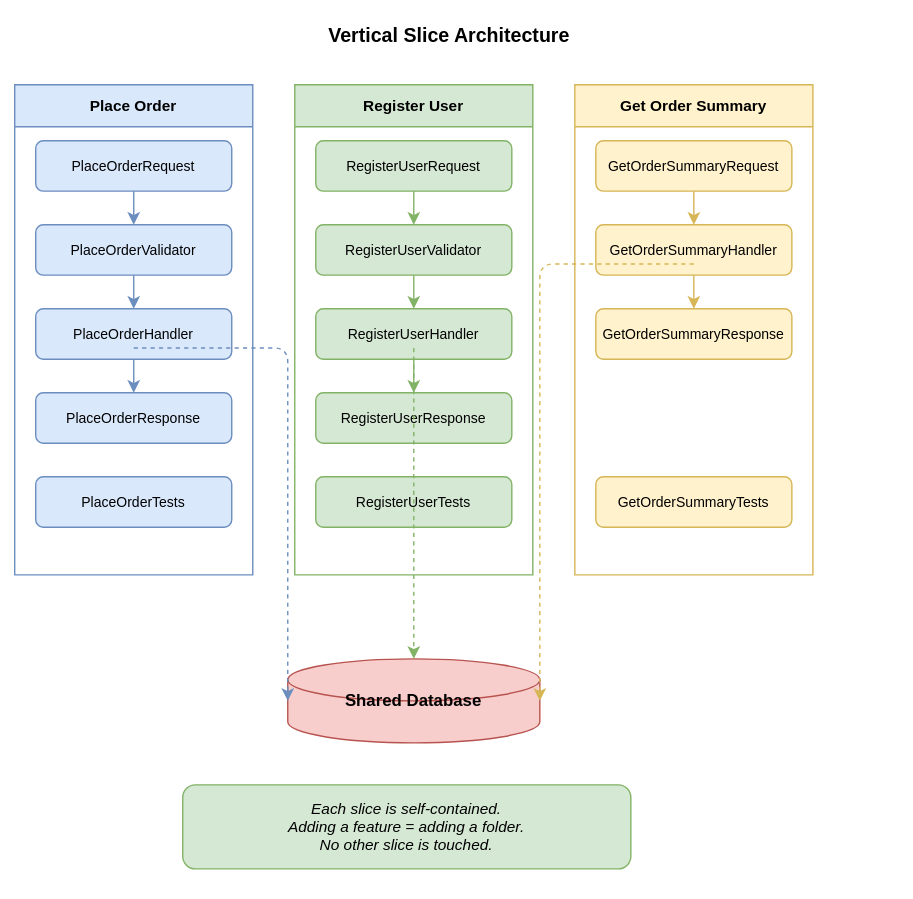
This is Software Engineering/Application Architecture/diagrams/02-vertical-slice-architecture.svg from leandrob13/second-brain, a draw.io export, as it was before one commit. Source tidied: cells renumbered, new cells last; positions are measured from the earlier drawing's top-left corner, leaving out a move shared by most shapes. The source it was exported from:
```xml
<mxGraphModel>
  <root>
    <mxCell id="0" />
    <mxCell id="1" parent="0" />
    <mxCell id="2" value="Vertical Slice Architecture" style="text;html=1;fontStyle=1;fontSize=14;align=center;" parent="1" vertex="1">
      <mxGeometry width="620" height="30" as="geometry" />
    </mxCell>
    <mxCell id="3" value="Place Order" style="swimlane;startSize=30;fillColor=#dae8fc;strokeColor=#6c8ebf;fontStyle=1;fontSize=11;" parent="1" vertex="1">
      <mxGeometry y="50" width="170" height="350" as="geometry" />
    </mxCell>
    <mxCell id="4" value="PlaceOrderRequest" style="rounded=1;whiteSpace=wrap;fillColor=#dae8fc;strokeColor=#6c8ebf;fontSize=10;" parent="3" vertex="1">
      <mxGeometry x="15" y="40" width="140" height="36" as="geometry" />
    </mxCell>
    <mxCell id="5" value="PlaceOrderValidator" style="rounded=1;whiteSpace=wrap;fillColor=#dae8fc;strokeColor=#6c8ebf;fontSize=10;" parent="3" vertex="1">
      <mxGeometry x="15" y="100" width="140" height="36" as="geometry" />
    </mxCell>
    <mxCell id="6" value="PlaceOrderHandler" style="rounded=1;whiteSpace=wrap;fillColor=#dae8fc;strokeColor=#6c8ebf;fontSize=10;" parent="3" vertex="1">
      <mxGeometry x="15" y="160" width="140" height="36" as="geometry" />
    </mxCell>
    <mxCell id="7" value="PlaceOrderResponse" style="rounded=1;whiteSpace=wrap;fillColor=#dae8fc;strokeColor=#6c8ebf;fontSize=10;" parent="3" vertex="1">
      <mxGeometry x="15" y="220" width="140" height="36" as="geometry" />
    </mxCell>
    <mxCell id="8" value="PlaceOrderTests" style="rounded=1;whiteSpace=wrap;fillColor=#dae8fc;strokeColor=#6c8ebf;fontSize=10;" parent="3" vertex="1">
      <mxGeometry x="15" y="280" width="140" height="36" as="geometry" />
    </mxCell>
    <mxCell id="9" style="edgeStyle=orthogonalEdgeStyle;strokeColor=#6c8ebf;" parent="3" edge="1" source="4" target="5">
      <mxGeometry relative="1" as="geometry" />
    </mxCell>
    <mxCell id="10" style="edgeStyle=orthogonalEdgeStyle;strokeColor=#6c8ebf;" parent="3" edge="1" source="5" target="6">
      <mxGeometry relative="1" as="geometry" />
    </mxCell>
    <mxCell id="11" style="edgeStyle=orthogonalEdgeStyle;strokeColor=#6c8ebf;" parent="3" edge="1" source="6" target="7">
      <mxGeometry relative="1" as="geometry" />
    </mxCell>
    <mxCell id="12" value="Register User" style="swimlane;startSize=30;fillColor=#d5e8d4;strokeColor=#82b366;fontStyle=1;fontSize=11;" parent="1" vertex="1">
      <mxGeometry x="200" y="50" width="170" height="350" as="geometry" />
    </mxCell>
    <mxCell id="13" value="RegisterUserRequest" style="rounded=1;whiteSpace=wrap;fillColor=#d5e8d4;strokeColor=#82b366;fontSize=10;" parent="12" vertex="1">
      <mxGeometry x="15" y="40" width="140" height="36" as="geometry" />
    </mxCell>
    <mxCell id="14" value="RegisterUserValidator" style="rounded=1;whiteSpace=wrap;fillColor=#d5e8d4;strokeColor=#82b366;fontSize=10;" parent="12" vertex="1">
      <mxGeometry x="15" y="100" width="140" height="36" as="geometry" />
    </mxCell>
    <mxCell id="15" value="RegisterUserHandler" style="rounded=1;whiteSpace=wrap;fillColor=#d5e8d4;strokeColor=#82b366;fontSize=10;" parent="12" vertex="1">
      <mxGeometry x="15" y="160" width="140" height="36" as="geometry" />
    </mxCell>
    <mxCell id="16" value="RegisterUserResponse" style="rounded=1;whiteSpace=wrap;fillColor=#d5e8d4;strokeColor=#82b366;fontSize=10;" parent="12" vertex="1">
      <mxGeometry x="15" y="220" width="140" height="36" as="geometry" />
    </mxCell>
    <mxCell id="17" value="RegisterUserTests" style="rounded=1;whiteSpace=wrap;fillColor=#d5e8d4;strokeColor=#82b366;fontSize=10;" parent="12" vertex="1">
      <mxGeometry x="15" y="280" width="140" height="36" as="geometry" />
    </mxCell>
    <mxCell id="18" style="edgeStyle=orthogonalEdgeStyle;strokeColor=#82b366;" parent="12" edge="1" source="13" target="14">
      <mxGeometry relative="1" as="geometry" />
    </mxCell>
    <mxCell id="19" style="edgeStyle=orthogonalEdgeStyle;strokeColor=#82b366;" parent="12" edge="1" source="14" target="15">
      <mxGeometry relative="1" as="geometry" />
    </mxCell>
    <mxCell id="20" style="edgeStyle=orthogonalEdgeStyle;strokeColor=#82b366;" parent="12" edge="1" source="15" target="16">
      <mxGeometry relative="1" as="geometry" />
    </mxCell>
    <mxCell id="21" value="Get Order Summary" style="swimlane;startSize=30;fillColor=#fff2cc;strokeColor=#d6b656;fontStyle=1;fontSize=11;" parent="1" vertex="1">
      <mxGeometry x="400" y="50" width="170" height="350" as="geometry" />
    </mxCell>
    <mxCell id="22" value="GetOrderSummaryRequest" style="rounded=1;whiteSpace=wrap;fillColor=#fff2cc;strokeColor=#d6b656;fontSize=10;" parent="21" vertex="1">
      <mxGeometry x="15" y="40" width="140" height="36" as="geometry" />
    </mxCell>
    <mxCell id="23" value="GetOrderSummaryHandler" style="rounded=1;whiteSpace=wrap;fillColor=#fff2cc;strokeColor=#d6b656;fontSize=10;" parent="21" vertex="1">
      <mxGeometry x="15" y="100" width="140" height="36" as="geometry" />
    </mxCell>
    <mxCell id="24" value="GetOrderSummaryResponse" style="rounded=1;whiteSpace=wrap;fillColor=#fff2cc;strokeColor=#d6b656;fontSize=10;" parent="21" vertex="1">
      <mxGeometry x="15" y="160" width="140" height="36" as="geometry" />
    </mxCell>
    <mxCell id="25" value="GetOrderSummaryTests" style="rounded=1;whiteSpace=wrap;fillColor=#fff2cc;strokeColor=#d6b656;fontSize=10;" parent="21" vertex="1">
      <mxGeometry x="15" y="280" width="140" height="36" as="geometry" />
    </mxCell>
    <mxCell id="26" style="edgeStyle=orthogonalEdgeStyle;strokeColor=#d6b656;" parent="21" edge="1" source="22" target="23">
      <mxGeometry relative="1" as="geometry" />
    </mxCell>
    <mxCell id="27" style="edgeStyle=orthogonalEdgeStyle;strokeColor=#d6b656;" parent="21" edge="1" source="23" target="24">
      <mxGeometry relative="1" as="geometry" />
    </mxCell>
    <mxCell id="28" value="Shared Database" style="shape=cylinder3;whiteSpace=wrap;fillColor=#f8cecc;strokeColor=#b85450;fontStyle=1;" parent="1" vertex="1">
      <mxGeometry x="195" y="460" width="180" height="60" as="geometry" />
    </mxCell>
    <mxCell id="29" style="edgeStyle=orthogonalEdgeStyle;strokeColor=#6c8ebf;dashed=1;" parent="1" edge="1">
      <mxGeometry relative="1" as="geometry">
        <mxPoint x="85" y="238" as="sourcePoint" />
        <mxPoint x="195" y="490" as="targetPoint" />
      </mxGeometry>
    </mxCell>
    <mxCell id="30" style="edgeStyle=orthogonalEdgeStyle;strokeColor=#82b366;dashed=1;" parent="1" edge="1">
      <mxGeometry relative="1" as="geometry">
        <mxPoint x="285" y="238" as="sourcePoint" />
        <mxPoint x="285" y="460" as="targetPoint" />
      </mxGeometry>
    </mxCell>
    <mxCell id="31" style="edgeStyle=orthogonalEdgeStyle;strokeColor=#d6b656;dashed=1;" parent="1" edge="1">
      <mxGeometry relative="1" as="geometry">
        <mxPoint x="485" y="178" as="sourcePoint" />
        <mxPoint x="375" y="490" as="targetPoint" />
      </mxGeometry>
    </mxCell>
    <mxCell id="32" value="Each slice is self-contained.&#10;Adding a feature = adding a folder.&#10;No other slice is touched." style="rounded=1;whiteSpace=wrap;fillColor=#d5e8d4;strokeColor=#82b366;fontStyle=2;fontSize=11;" parent="1" vertex="1">
      <mxGeometry x="120" y="550" width="320" height="60" as="geometry" />
    </mxCell>
  </root>
</mxGraphModel>
```
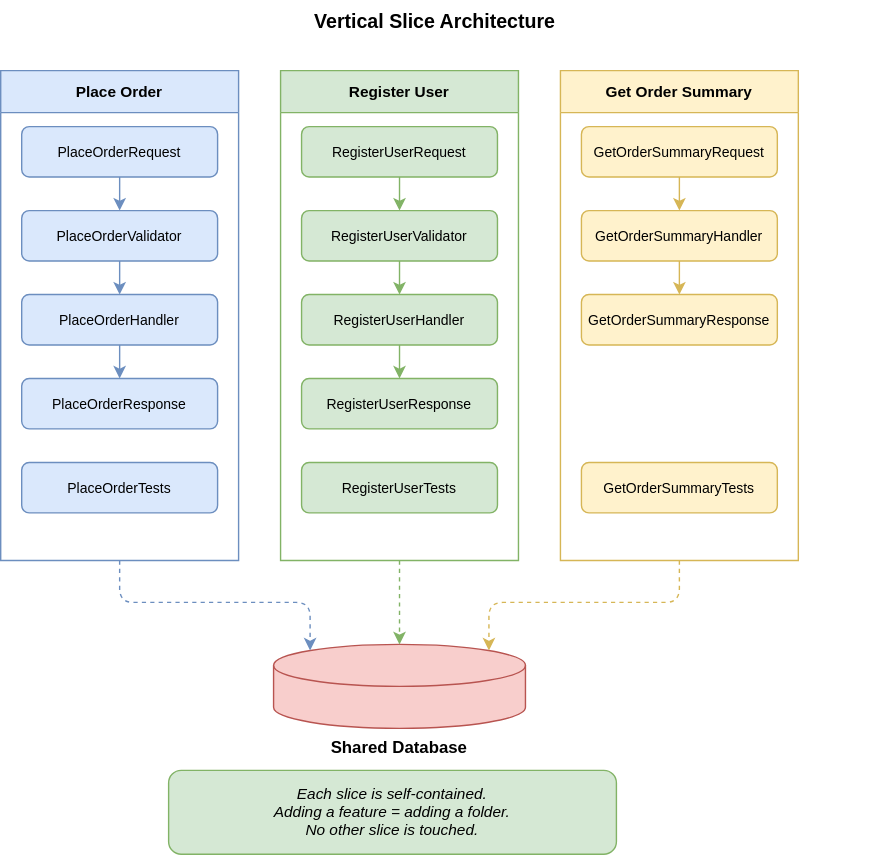
Later version of the same file.

Diff of the diagram source:
```diff
@@ -80,26 +80,17 @@
     <mxCell id="27" style="edgeStyle=orthogonalEdgeStyle;strokeColor=#d6b656;" parent="21" edge="1" source="23" target="24">
       <mxGeometry relative="1" as="geometry" />
     </mxCell>
-    <mxCell id="28" value="Shared Database" style="shape=cylinder3;whiteSpace=wrap;fillColor=#f8cecc;strokeColor=#b85450;fontStyle=1;" parent="1" vertex="1">
+    <mxCell id="28" value="Shared Database" style="shape=cylinder3;whiteSpace=wrap;fillColor=#f8cecc;strokeColor=#b85450;fontStyle=1;labelPosition=center;verticalLabelPosition=bottom;align=center;verticalAlign=top;" parent="1" vertex="1">
       <mxGeometry x="195" y="460" width="180" height="60" as="geometry" />
     </mxCell>
-    <mxCell id="29" style="edgeStyle=orthogonalEdgeStyle;strokeColor=#6c8ebf;dashed=1;" parent="1" edge="1">
-      <mxGeometry relative="1" as="geometry">
-        <mxPoint x="85" y="238" as="sourcePoint" />
-        <mxPoint x="195" y="490" as="targetPoint" />
-      </mxGeometry>
+    <mxCell id="29" style="edgeStyle=orthogonalEdgeStyle;strokeColor=#6c8ebf;dashed=1;exitX=0.5;exitY=1;exitDx=0;exitDy=0;entryX=0.145;entryY=0;entryDx=0;entryDy=4.35;entryPerimeter=0;" parent="1" edge="1" source="3" target="28">
+      <mxGeometry relative="1" as="geometry" />
     </mxCell>
-    <mxCell id="30" style="edgeStyle=orthogonalEdgeStyle;strokeColor=#82b366;dashed=1;" parent="1" edge="1">
-      <mxGeometry relative="1" as="geometry">
-        <mxPoint x="285" y="238" as="sourcePoint" />
-        <mxPoint x="285" y="460" as="targetPoint" />
-      </mxGeometry>
+    <mxCell id="30" style="edgeStyle=orthogonalEdgeStyle;strokeColor=#82b366;dashed=1;exitX=0.5;exitY=1;exitDx=0;exitDy=0;entryX=0.5;entryY=0;entryDx=0;entryDy=0;entryPerimeter=0;" parent="1" edge="1" source="12" target="28">
+      <mxGeometry relative="1" as="geometry" />
     </mxCell>
-    <mxCell id="31" style="edgeStyle=orthogonalEdgeStyle;strokeColor=#d6b656;dashed=1;" parent="1" edge="1">
-      <mxGeometry relative="1" as="geometry">
-        <mxPoint x="485" y="178" as="sourcePoint" />
-        <mxPoint x="375" y="490" as="targetPoint" />
-      </mxGeometry>
+    <mxCell id="31" style="edgeStyle=orthogonalEdgeStyle;strokeColor=#d6b656;dashed=1;entryX=0.855;entryY=0;entryDx=0;entryDy=4.35;entryPerimeter=0;exitX=0.5;exitY=1;exitDx=0;exitDy=0;" parent="1" edge="1" source="21" target="28">
+      <mxGeometry relative="1" as="geometry" />
     </mxCell>
     <mxCell id="32" value="Each slice is self-contained.&#10;Adding a feature = adding a folder.&#10;No other slice is touched." style="rounded=1;whiteSpace=wrap;fillColor=#d5e8d4;strokeColor=#82b366;fontStyle=2;fontSize=11;" parent="1" vertex="1">
       <mxGeometry x="120" y="550" width="320" height="60" as="geometry" />
```
